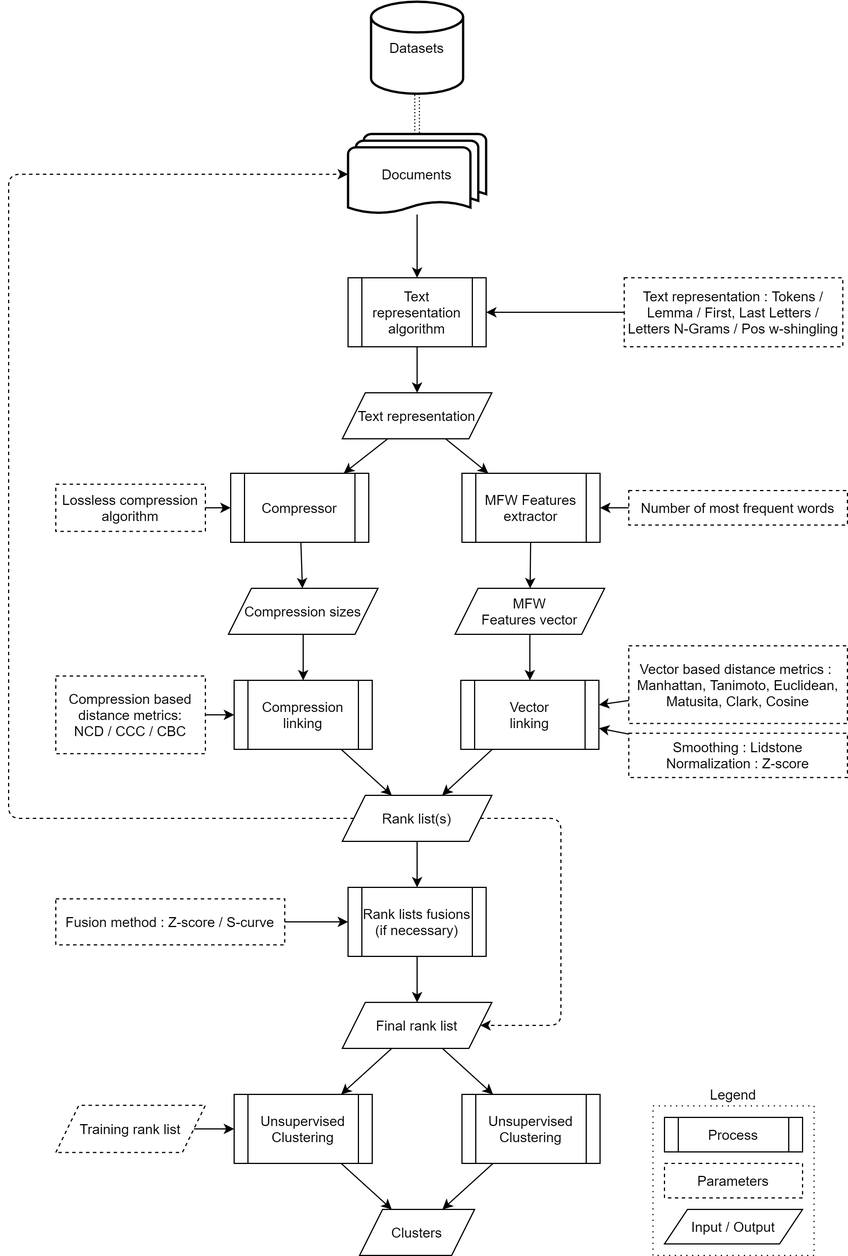
Before: report/img/pipeline.png, a diagram exported from draw.io (TheRaphael0000/master_thesis). Source tidied: cells renumbered, new cells last; positions are measured from the earlier drawing's top-left corner, leaving out a move shared by most shapes.
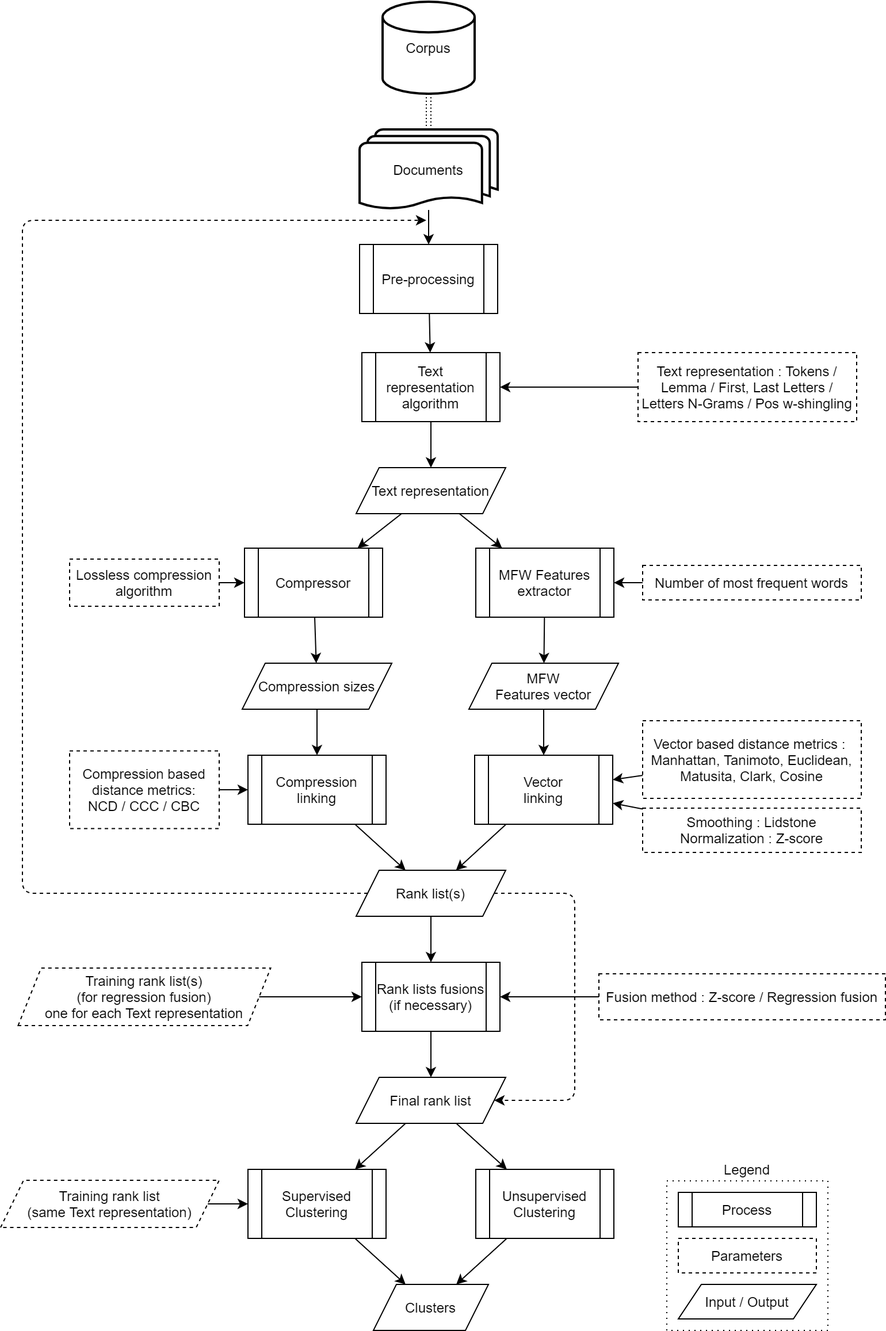
Above is the later version.

Change to the diagram source:
```diff
@@ -6,10 +6,10 @@
       <mxGeometry x="394" y="950" width="120" height="60" as="geometry" />
     </mxCell>
     <mxCell id="3" value="Documents" style="strokeWidth=2;html=1;shape=mxgraph.flowchart.multi-document;whiteSpace=wrap;" parent="1" vertex="1">
-      <mxGeometry x="295" y="115" width="120" height="70" as="geometry" />
+      <mxGeometry x="293" y="46" width="120" height="70" as="geometry" />
     </mxCell>
-    <mxCell id="4" value="Datasets" style="strokeWidth=2;html=1;shape=mxgraph.flowchart.database;whiteSpace=wrap;" parent="1" vertex="1">
-      <mxGeometry x="315" width="80" height="80" as="geometry" />
+    <mxCell id="4" value="Corpus" style="strokeWidth=2;html=1;shape=mxgraph.flowchart.database;whiteSpace=wrap;" parent="1" vertex="1">
+      <mxGeometry x="313" y="-65" width="80" height="80" as="geometry" />
     </mxCell>
     <mxCell id="5" value="&lt;span&gt;Rank list(s)&lt;/span&gt;" style="shape=parallelogram;perimeter=parallelogramPerimeter;whiteSpace=wrap;html=1;fixedSize=1;" parent="1" vertex="1">
       <mxGeometry x="290" y="690" width="130" height="40" as="geometry" />
@@ -33,40 +33,40 @@
       <mxGeometry x="50" y="50" as="geometry" />
     </mxCell>
     <mxCell id="12" style="endArrow=classic;html=1;" parent="1" edge="1" source="7" target="8">
-      <mxGeometry x="48" y="250" as="geometry" />
+      <mxGeometry x="48" y="295" as="geometry" />
     </mxCell>
     <mxCell id="13" style="endArrow=classic;html=1;" parent="1" edge="1" source="8" target="5">
-      <mxGeometry x="48" y="250" as="geometry" />
+      <mxGeometry x="48" y="295" as="geometry" />
     </mxCell>
     <mxCell id="14" style="endArrow=classic;html=1;" parent="1" edge="1" source="10" target="2">
-      <mxGeometry x="48" y="250" as="geometry" />
+      <mxGeometry x="48" y="295" as="geometry" />
     </mxCell>
     <mxCell id="15" style="endArrow=classic;html=1;" parent="1" edge="1" source="2" target="6">
-      <mxGeometry x="48" y="250" as="geometry" />
+      <mxGeometry x="48" y="295" as="geometry" />
     </mxCell>
     <mxCell id="16" style="endArrow=classic;html=1;" parent="1" edge="1" source="9" target="10">
-      <mxGeometry x="48" y="250" as="geometry" />
+      <mxGeometry x="48" y="295" as="geometry" />
     </mxCell>
     <mxCell id="17" style="endArrow=classic;html=1;" parent="1" edge="1" source="5" target="9">
-      <mxGeometry x="48" y="250" as="geometry" />
+      <mxGeometry x="48" y="295" as="geometry" />
     </mxCell>
     <mxCell id="18" value="Compression linking" style="shape=process;whiteSpace=wrap;html=1;backgroundOutline=1;" parent="1" vertex="1">
       <mxGeometry x="196" y="590" width="120" height="60" as="geometry" />
     </mxCell>
     <mxCell id="19" style="endArrow=classic;html=1;" parent="1" edge="1" source="18" target="5">
-      <mxGeometry x="48" y="250" as="geometry" />
+      <mxGeometry x="48" y="295" as="geometry" />
     </mxCell>
     <mxCell id="20" value="Vector based distance metrics :&amp;nbsp;&lt;br&gt;Manhattan, Tanimoto, Euclidean, Matusita, Clark, Cosine" style="text;html=1;fillColor=none;align=center;verticalAlign=middle;whiteSpace=wrap;rounded=0;dashed=1;strokeColor=#000000;" parent="1" vertex="1">
       <mxGeometry x="539" y="560" width="190" height="67.5" as="geometry" />
     </mxCell>
     <mxCell id="21" style="endArrow=classic;html=1;" parent="1" edge="1" source="20" target="8">
-      <mxGeometry x="48" y="250" as="geometry" />
+      <mxGeometry x="48" y="295" as="geometry" />
     </mxCell>
     <mxCell id="22" value="Compression based distance metrics:&lt;br&gt;NCD / CCC / CBC" style="text;html=1;fillColor=none;align=center;verticalAlign=middle;whiteSpace=wrap;rounded=0;dashed=1;strokeColor=#000000;" parent="1" vertex="1">
       <mxGeometry x="41" y="586.2" width="130" height="67.5" as="geometry" />
     </mxCell>
     <mxCell id="23" style="endArrow=classic;html=1;" parent="1" edge="1" source="22" target="18">
-      <mxGeometry x="48" y="250" as="geometry" />
+      <mxGeometry x="48" y="295" as="geometry" />
     </mxCell>
     <mxCell id="24" value="Compression sizes" style="shape=parallelogram;perimeter=parallelogramPerimeter;whiteSpace=wrap;html=1;fixedSize=1;" parent="1" vertex="1">
       <mxGeometry x="191" y="510" width="130" height="40" as="geometry" />
@@ -78,13 +78,13 @@
       <mxGeometry x="41" y="419.5" width="130" height="41" as="geometry" />
     </mxCell>
     <mxCell id="27" style="endArrow=classic;html=1;" parent="1" edge="1" source="24" target="18">
-      <mxGeometry x="48" y="250" as="geometry" />
+      <mxGeometry x="48" y="295" as="geometry" />
     </mxCell>
     <mxCell id="28" style="endArrow=classic;html=1;" parent="1" edge="1" source="25" target="24">
-      <mxGeometry x="48" y="250" as="geometry" />
+      <mxGeometry x="48" y="295" as="geometry" />
     </mxCell>
     <mxCell id="29" style="endArrow=classic;html=1;" parent="1" edge="1" source="26" target="25">
-      <mxGeometry x="48" y="250" as="geometry" />
+      <mxGeometry x="48" y="295" as="geometry" />
     </mxCell>
     <mxCell id="30" value="MFW Features&lt;br&gt;extractor" style="shape=process;whiteSpace=wrap;html=1;backgroundOutline=1;" parent="1" vertex="1">
       <mxGeometry x="394" y="410" width="120" height="60" as="geometry" />
@@ -93,44 +93,45 @@
       <mxGeometry x="535" y="240" width="190" height="60" as="geometry" />
     </mxCell>
     <mxCell id="32" style="endArrow=classic;html=1;" parent="1" edge="1" source="31" target="51">
-      <mxGeometry x="48" y="250" as="geometry" />
+      <mxGeometry x="48" y="295" as="geometry" />
     </mxCell>
     <mxCell id="33" style="endArrow=classic;html=1;" parent="1" edge="1" source="30" target="7">
-      <mxGeometry x="48" y="250" as="geometry" />
+      <mxGeometry x="48" y="295" as="geometry" />
     </mxCell>
-    <mxCell id="34" style="endArrow=classic;html=1;dashed=1;targetPerimeterSpacing=0;startArrow=none;startFill=0;edgeStyle=elbowEdgeStyle;rounded=1;" parent="1" edge="1" source="5" target="3">
-      <mxGeometry x="48" y="250" as="geometry">
+    <mxCell id="34" style="endArrow=classic;html=1;dashed=1;targetPerimeterSpacing=0;startArrow=none;startFill=0;edgeStyle=elbowEdgeStyle;rounded=1;" parent="1" edge="1" source="5">
+      <mxGeometry x="48" y="295" as="geometry">
+        <mxPoint x="351" y="125" as="targetPoint" />
         <Array as="points">
           <mxPoint y="530" />
         </Array>
       </mxGeometry>
     </mxCell>
-    <mxCell id="35" value="Fusion method : Z-score / S-curve" style="text;html=1;fillColor=none;align=center;verticalAlign=middle;whiteSpace=wrap;rounded=0;dashed=1;strokeColor=#000000;" parent="1" vertex="1">
-      <mxGeometry x="41" y="780" width="199" height="40" as="geometry" />
+    <mxCell id="35" value="Fusion method : Z-score /&amp;nbsp;Regression fusion" style="text;html=1;fillColor=none;align=center;verticalAlign=middle;whiteSpace=wrap;rounded=0;dashed=1;strokeColor=#000000;" parent="1" vertex="1">
+      <mxGeometry x="501" y="780" width="249" height="40" as="geometry" />
     </mxCell>
     <mxCell id="36" style="endArrow=classic;html=1;" parent="1" edge="1" source="35" target="9">
-      <mxGeometry x="48" y="250" as="geometry" />
+      <mxGeometry x="48" y="295" as="geometry" />
     </mxCell>
-    <mxCell id="37" value="Unsupervised Clustering" style="shape=process;whiteSpace=wrap;html=1;backgroundOutline=1;" parent="1" vertex="1">
+    <mxCell id="37" value="Supervised Clustering" style="shape=process;whiteSpace=wrap;html=1;backgroundOutline=1;" parent="1" vertex="1">
       <mxGeometry x="196" y="950" width="120" height="60" as="geometry" />
     </mxCell>
     <mxCell id="38" style="endArrow=classic;html=1;" parent="1" edge="1" source="37" target="6">
-      <mxGeometry x="48" y="250" as="geometry" />
+      <mxGeometry x="48" y="295" as="geometry" />
     </mxCell>
     <mxCell id="39" style="endArrow=classic;html=1;" parent="1" edge="1" source="10" target="37">
-      <mxGeometry x="48" y="250" as="geometry" />
+      <mxGeometry x="48" y="295" as="geometry" />
     </mxCell>
     <mxCell id="40" style="endArrow=classic;html=1;" parent="1" edge="1" source="41" target="37">
-      <mxGeometry x="48" y="250" as="geometry" />
+      <mxGeometry x="48" y="295" as="geometry" />
     </mxCell>
-    <mxCell id="41" value="&lt;span&gt;Training rank list&lt;br&gt;&lt;/span&gt;" style="shape=parallelogram;perimeter=parallelogramPerimeter;whiteSpace=wrap;html=1;fixedSize=1;dashed=1;" parent="1" vertex="1">
-      <mxGeometry x="41" y="959.5" width="130" height="41" as="geometry" />
+    <mxCell id="41" value="&lt;span&gt;Training rank list&lt;br&gt;(same Text representation)&lt;br&gt;&lt;/span&gt;" style="shape=parallelogram;perimeter=parallelogramPerimeter;whiteSpace=wrap;html=1;fixedSize=1;dashed=1;" parent="1" vertex="1">
+      <mxGeometry x="-19" y="959.5" width="190" height="41" as="geometry" />
     </mxCell>
     <mxCell id="42" value="Smoothing : Lidstone&lt;br&gt;Normalization : Z-score" style="text;html=1;fillColor=none;align=center;verticalAlign=middle;whiteSpace=wrap;rounded=0;dashed=1;strokeColor=#000000;" parent="1" vertex="1">
       <mxGeometry x="539" y="636" width="190" height="38.5" as="geometry" />
     </mxCell>
     <mxCell id="43" style="endArrow=classic;html=1;" parent="1" edge="1" source="42" target="8">
-      <mxGeometry x="48" y="250" as="geometry" />
+      <mxGeometry x="48" y="295" as="geometry" />
     </mxCell>
     <mxCell id="44" style="endArrow=classic;html=1;edgeStyle=elbowEdgeStyle;dashed=1;rounded=1;" parent="1" edge="1" source="5" target="10">
       <mxGeometry relative="1" as="geometry">
@@ -164,7 +165,7 @@
       <mxGeometry x="539" y="425" width="190" height="30" as="geometry" />
     </mxCell>
     <mxCell id="53" style="endArrow=classic;html=1;" parent="1" edge="1" source="52" target="30">
-      <mxGeometry x="58" y="260" as="geometry" />
+      <mxGeometry x="58" y="305" as="geometry" />
     </mxCell>
     <mxCell id="54" style="endArrow=classic;html=1;strokeColor=#000000;fontSize=12;" parent="1" edge="1" source="50" target="25">
       <mxGeometry relative="1" as="geometry" />
@@ -175,8 +176,20 @@
     <mxCell id="56" style="endArrow=classic;html=1;strokeColor=#000000;fontSize=12;" parent="1" edge="1" source="51" target="50">
       <mxGeometry relative="1" as="geometry" />
     </mxCell>
-    <mxCell id="57" style="endArrow=classic;html=1;strokeColor=#000000;fontSize=12;" parent="1" edge="1" source="3" target="51">
-      <mxGeometry relative="1" as="geometry" />
-    </mxCell>
+    <mxCell id="58" value="&lt;span&gt;Training rank list(s)&lt;br&gt;&lt;/span&gt;(for regression fusion)&lt;span&gt;&lt;br&gt;one for each Text representation&lt;br&gt;&lt;/span&gt;" style="shape=parallelogram;perimeter=parallelogramPerimeter;whiteSpace=wrap;html=1;fixedSize=1;dashed=1;" parent="1" vertex="1">
+      <mxGeometry x="-3.8" y="775" width="219.5" height="50" as="geometry" />
+    </mxCell>
+    <mxCell id="59" style="endArrow=classic;html=1;" parent="1" edge="1" source="58" target="9">
+      <mxGeometry x="58" y="305" as="geometry" />
+    </mxCell>
+    <mxCell id="60" value="Pre-processing" style="shape=process;whiteSpace=wrap;html=1;backgroundOutline=1;" parent="1" vertex="1">
+      <mxGeometry x="293" y="146" width="120" height="60" as="geometry" />
+    </mxCell>
+    <mxCell id="61" style="endArrow=classic;html=1;" parent="1" edge="1" source="3" target="60">
+      <mxGeometry relative="1" as="geometry" />
+    </mxCell>
+    <mxCell id="62" style="endArrow=classic;html=1;" parent="1" edge="1" source="60" target="51">
+      <mxGeometry relative="1" as="geometry" />
+    </mxCell>
   </root>
 </mxGraphModel>
```
